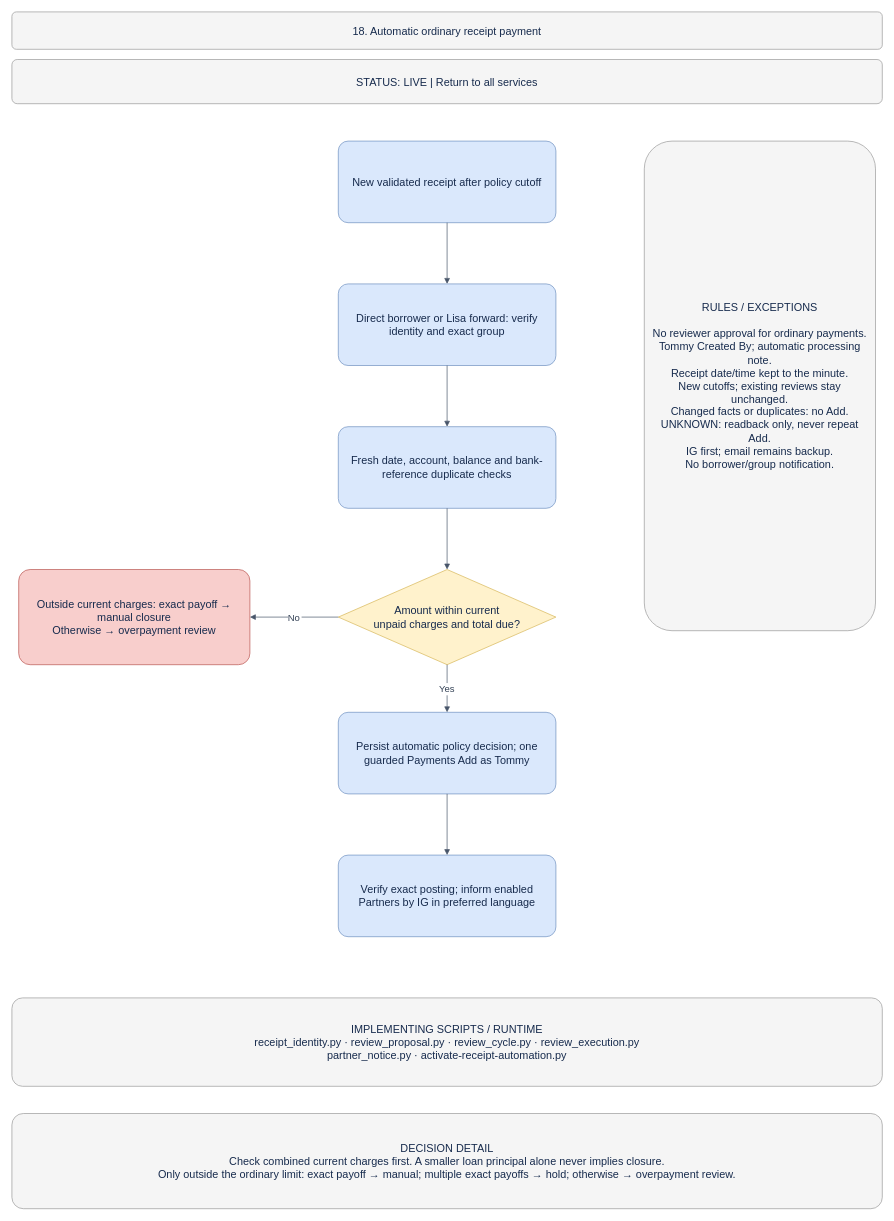
Earlier version of the draw.io diagram page "18 · Automatic receipt payment" (18 of 18) of docs/BUSINESS_PROCESS.drawio (welct0407/MW-Credit-App). Source tidied: cells renumbered, new cells numbered last; positions are measured from the earlier drawing's top-left corner, leaving out a move shared by most shapes. Both pictures are drawn from the tidied source at 68%, with x=0, y=0 at pixel (12, 12).
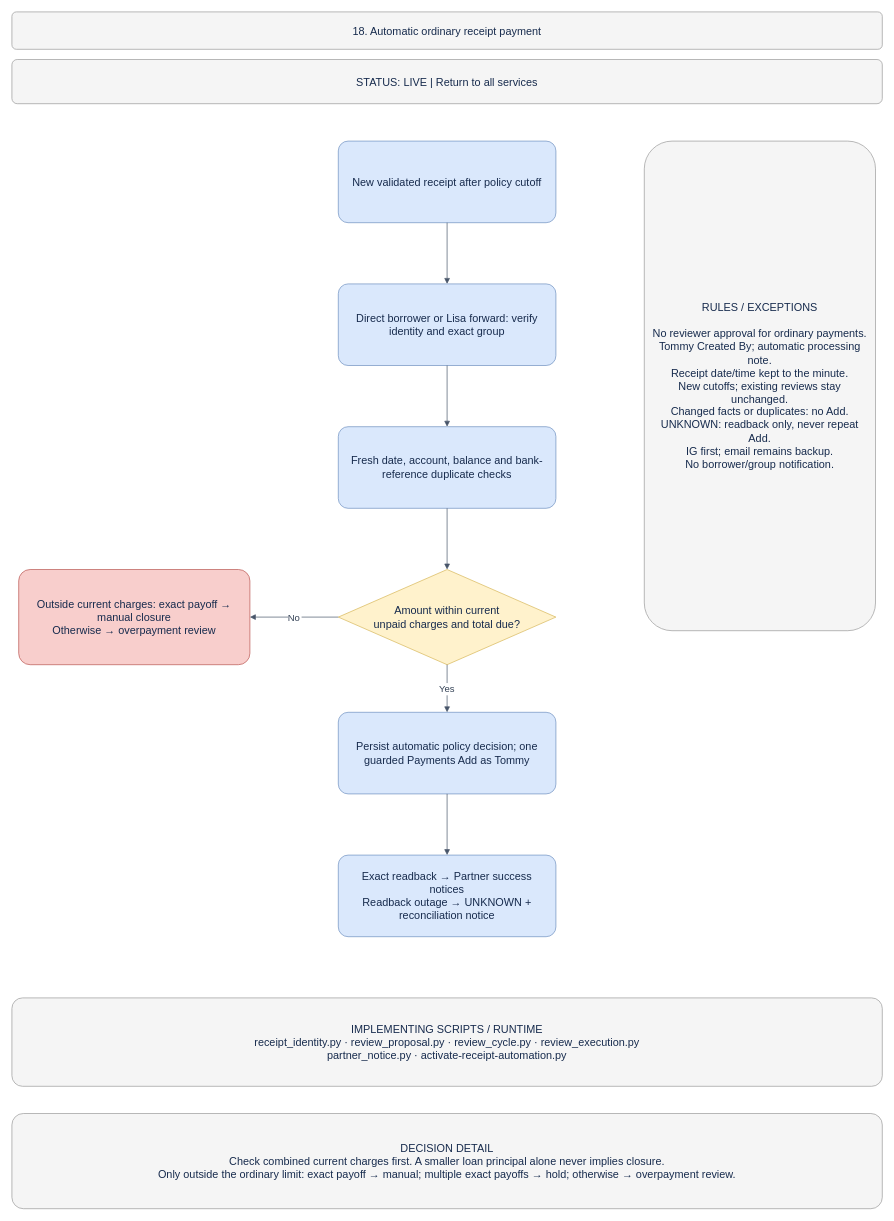
The same page after the edit.

Change to the diagram source:
```diff
@@
 <mxGraphModel>
   <root>
     <mxCell id="0" />
     <mxCell id="1" parent="0" />
     <mxCell id="2" value="18. Automatic ordinary receipt payment" style="rounded=1;arcSize=12;whiteSpace=wrap;html=0;fillColor=#f5f5f5;strokeColor=#999999;fontColor=#172b4d;fontSize=16;align=center;verticalAlign=middle;spacing=12;" parent="1" vertex="1">
       <mxGeometry width="1280" height="55" as="geometry" />
     </mxCell>
     <mxCell id="3" value="STATUS: LIVE  |  Return to all services" style="rounded=1;arcSize=12;whiteSpace=wrap;html=0;fillColor=#f5f5f5;strokeColor=#999999;fontColor=#172b4d;fontSize=16;align=center;verticalAlign=middle;spacing=12;" parent="1" vertex="1">
       <mxGeometry y="70" width="1280" height="65" as="geometry" />
     </mxCell>
     <mxCell id="4" value="New validated receipt after policy cutoff" style="rounded=1;arcSize=12;whiteSpace=wrap;html=0;fillColor=#dae8fc;strokeColor=#6c8ebf;fontColor=#172b4d;fontSize=16;align=center;verticalAlign=middle;spacing=12;" parent="1" vertex="1">
       <mxGeometry x="480" y="190" width="320" height="120" as="geometry" />
     </mxCell>
     <mxCell id="5" value="Direct borrower or Lisa forward: verify identity and exact group" style="rounded=1;arcSize=12;whiteSpace=wrap;html=0;fillColor=#dae8fc;strokeColor=#6c8ebf;fontColor=#172b4d;fontSize=16;align=center;verticalAlign=middle;spacing=12;" parent="1" vertex="1">
       <mxGeometry x="480" y="400" width="320" height="120" as="geometry" />
     </mxCell>
     <mxCell id="6" style="edgeStyle=orthogonalEdgeStyle;rounded=0;jettySize=auto;html=0;endArrow=block;endFill=1;strokeColor=#475569;fontColor=#334155;fontSize=14;labelBackgroundColor=#ffffff;" parent="1" edge="1" source="4" target="5">
       <mxGeometry relative="1" as="geometry" />
     </mxCell>
     <mxCell id="7" value="Fresh date, account, balance and bank-reference duplicate checks" style="rounded=1;arcSize=12;whiteSpace=wrap;html=0;fillColor=#dae8fc;strokeColor=#6c8ebf;fontColor=#172b4d;fontSize=16;align=center;verticalAlign=middle;spacing=12;" parent="1" vertex="1">
       <mxGeometry x="480" y="610" width="320" height="120" as="geometry" />
     </mxCell>
     <mxCell id="8" style="edgeStyle=orthogonalEdgeStyle;rounded=0;jettySize=auto;html=0;endArrow=block;endFill=1;strokeColor=#475569;fontColor=#334155;fontSize=14;labelBackgroundColor=#ffffff;" parent="1" edge="1" source="5" target="7">
       <mxGeometry relative="1" as="geometry" />
     </mxCell>
     <mxCell id="9" value="Amount within current&#10;unpaid charges and total due?" style="rhombus;whiteSpace=wrap;html=0;fillColor=#fff2cc;strokeColor=#d6b656;fontColor=#172b4d;fontSize=16;align=center;verticalAlign=middle;spacing=12;" parent="1" vertex="1">
       <mxGeometry x="480" y="820" width="320" height="140" as="geometry" />
     </mxCell>
     <mxCell id="10" style="edgeStyle=orthogonalEdgeStyle;rounded=0;jettySize=auto;html=0;endArrow=block;endFill=1;strokeColor=#475569;fontColor=#334155;fontSize=14;labelBackgroundColor=#ffffff;" parent="1" edge="1" source="7" target="9">
       <mxGeometry relative="1" as="geometry" />
     </mxCell>
     <mxCell id="11" value="Persist automatic policy decision; one guarded Payments Add as Tommy" style="rounded=1;arcSize=12;whiteSpace=wrap;html=0;fillColor=#dae8fc;strokeColor=#6c8ebf;fontColor=#172b4d;fontSize=16;align=center;verticalAlign=middle;spacing=12;" parent="1" vertex="1">
       <mxGeometry x="480" y="1030" width="320" height="120" as="geometry" />
     </mxCell>
     <mxCell id="12" value="Yes" style="edgeStyle=orthogonalEdgeStyle;rounded=0;jettySize=auto;html=0;endArrow=block;endFill=1;strokeColor=#475569;fontColor=#334155;fontSize=14;labelBackgroundColor=#ffffff;" parent="1" edge="1" source="9" target="11">
       <mxGeometry relative="1" as="geometry" />
     </mxCell>
-    <mxCell id="13" value="Verify exact posting; inform enabled Partners by IG in preferred language" style="rounded=1;arcSize=12;whiteSpace=wrap;html=0;fillColor=#dae8fc;strokeColor=#6c8ebf;fontColor=#172b4d;fontSize=16;align=center;verticalAlign=middle;spacing=12;" parent="1" vertex="1">
+    <mxCell id="13" value="Exact readback → Partner success notices&#10;Readback outage → UNKNOWN + reconciliation notice" style="rounded=1;arcSize=12;whiteSpace=wrap;html=0;fillColor=#dae8fc;strokeColor=#6c8ebf;fontColor=#172b4d;fontSize=16;align=center;verticalAlign=middle;spacing=12;" parent="1" vertex="1">
       <mxGeometry x="480" y="1240" width="320" height="120" as="geometry" />
     </mxCell>
     <mxCell id="14" style="edgeStyle=orthogonalEdgeStyle;rounded=0;jettySize=auto;html=0;endArrow=block;endFill=1;strokeColor=#475569;fontColor=#334155;fontSize=14;labelBackgroundColor=#ffffff;" parent="1" edge="1" source="11" target="13">
       <mxGeometry relative="1" as="geometry" />
     </mxCell>
     <mxCell id="15" value="Outside current charges: exact payoff → manual closure&#10;Otherwise → overpayment review" style="rounded=1;arcSize=12;whiteSpace=wrap;html=0;fillColor=#f8cecc;strokeColor=#b85450;fontColor=#172b4d;fontSize=16;align=center;verticalAlign=middle;spacing=12;" parent="1" vertex="1">
       <mxGeometry x="10" y="820" width="340" height="140" as="geometry" />
     </mxCell>
     <mxCell id="16" value="No" style="edgeStyle=orthogonalEdgeStyle;rounded=0;jettySize=auto;html=0;endArrow=block;endFill=1;strokeColor=#475569;fontColor=#334155;fontSize=14;labelBackgroundColor=#ffffff;" parent="1" edge="1" source="9" target="15">
       <mxGeometry relative="1" as="geometry" />
     </mxCell>
     <mxCell id="17" value="RULES / EXCEPTIONS&#10;&#10;No reviewer approval for ordinary payments.&#10;Tommy Created By; automatic processing note.&#10;Receipt date/time kept to the minute.&#10;New cutoffs; existing reviews stay unchanged.&#10;Changed facts or duplicates: no Add.&#10;UNKNOWN: readback only, never repeat Add.&#10;IG first; email remains backup.&#10;No borrower/group notification." style="rounded=1;arcSize=12;whiteSpace=wrap;html=0;fillColor=#f5f5f5;strokeColor=#999999;fontColor=#172b4d;fontSize=16;align=center;verticalAlign=middle;spacing=12;" parent="1" vertex="1">
       <mxGeometry x="930" y="190" width="340" height="720" as="geometry" />
     </mxCell>
     <mxCell id="18" value="IMPLEMENTING SCRIPTS / RUNTIME&#10;receipt_identity.py · review_proposal.py · review_cycle.py · review_execution.py&#10;partner_notice.py · activate-receipt-automation.py" style="rounded=1;arcSize=12;whiteSpace=wrap;html=0;fillColor=#f5f5f5;strokeColor=#999999;fontColor=#172b4d;fontSize=16;align=center;verticalAlign=middle;spacing=12;" parent="1" vertex="1">
       <mxGeometry y="1450" width="1280" height="130" as="geometry" />
     </mxCell>
     <mxCell id="19" value="DECISION DETAIL&#10;Check combined current charges first. A smaller loan principal alone never implies closure.&#10;Only outside the ordinary limit: exact payoff → manual; multiple exact payoffs → hold; otherwise → overpayment review." style="rounded=1;arcSize=12;whiteSpace=wrap;html=0;fillColor=#f5f5f5;strokeColor=#999999;fontColor=#172b4d;fontSize=16;align=center;verticalAlign=middle;spacing=12;" parent="1" vertex="1">
       <mxGeometry y="1620" width="1280" height="140" as="geometry" />
     </mxCell>
   </root>
 </mxGraphModel>
```
